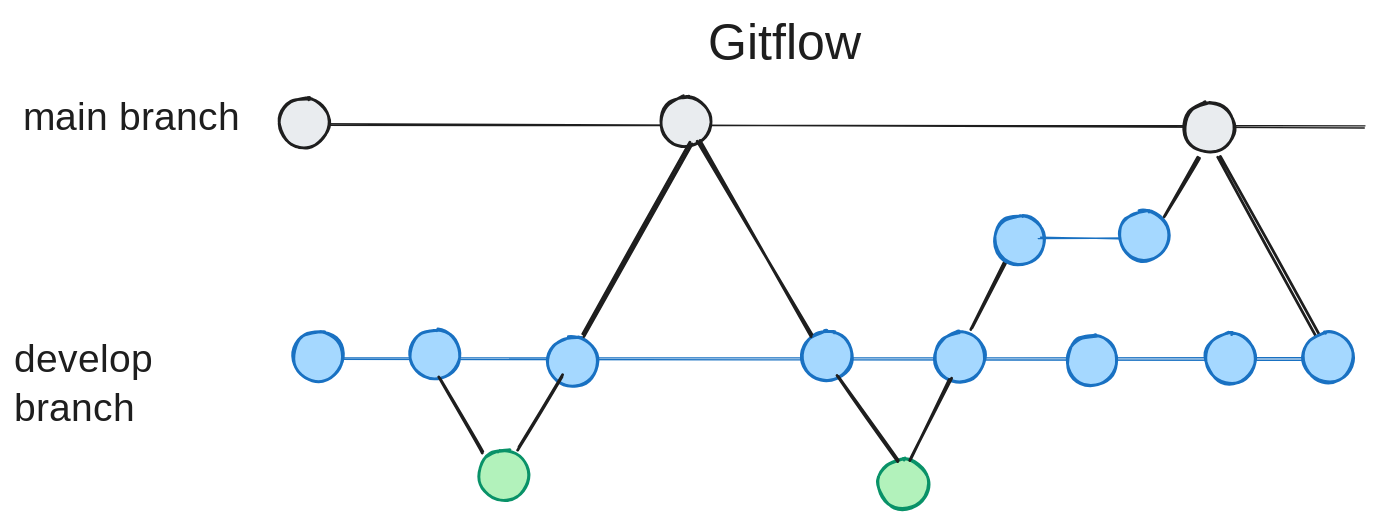
wislertt/example-zerv-flow keeps this Excalidraw diagram as docs/assets/branching-gitflow.excalidraw.svg. Above is the earlier version. Source tidied: one line per element, renumbered; positions are measured from the earlier drawing's top-left corner, leaving out a move shared by most shapes. Source of this version:
```json
{"id": 0, "type": "line", "strokeColor": "#1e1e1e", "strokeWidth": 1, "roughness": 1, "round": true, "x": 214, "y": 80, "width": 750, "height": 0, "points": [[0, 0], [750, 0]]}
{"id": 1, "type": "ellipse", "strokeColor": "#1e1e1e", "backgroundColor": "#e9ecef", "fillStyle": "solid", "strokeWidth": 2, "roughness": 1, "round": true, "x": 189, "y": 60, "width": 36, "height": 36}
{"id": 2, "type": "text", "text": "main branch", "strokeColor": "#1e1e1e", "strokeWidth": 2, "roughness": 1, "fontSize": 28, "fontFamily": 5, "x": 7, "y": 58, "width": 159, "height": 35}
{"id": 3, "type": "ellipse", "strokeColor": "#1e1e1e", "backgroundColor": "#e9ecef", "fillStyle": "solid", "strokeWidth": 2, "roughness": 1, "round": true, "x": 462, "y": 59, "width": 36, "height": 36}
{"id": 4, "type": "ellipse", "strokeColor": "#1e1e1e", "backgroundColor": "#e9ecef", "fillStyle": "solid", "strokeWidth": 2, "roughness": 1, "round": true, "x": 836, "y": 63, "width": 36, "height": 36}
{"id": 5, "type": "ellipse", "strokeColor": "#099268", "backgroundColor": "#b2f2bb", "fillStyle": "solid", "strokeWidth": 2, "roughness": 1, "round": true, "x": 332, "y": 311, "width": 36, "height": 36}
{"id": 6, "type": "line", "strokeColor": "#1971c2", "backgroundColor": "#a5d8ff", "fillStyle": "solid", "strokeWidth": 1, "roughness": 1, "round": true, "x": 223, "y": 247, "width": 700, "height": 0, "points": [[0, 0], [700, 0]]}
{"id": 7, "type": "ellipse", "strokeColor": "#1971c2", "backgroundColor": "#a5d8ff", "fillStyle": "solid", "strokeWidth": 2, "roughness": 1, "round": true, "x": 199, "y": 226, "width": 36, "height": 36}
{"id": 8, "type": "ellipse", "strokeColor": "#1971c2", "backgroundColor": "#a5d8ff", "fillStyle": "solid", "strokeWidth": 2, "roughness": 1, "round": true, "x": 283, "y": 225, "width": 36, "height": 36}
{"id": 9, "type": "ellipse", "strokeColor": "#1971c2", "backgroundColor": "#a5d8ff", "fillStyle": "solid", "strokeWidth": 2, "roughness": 1, "round": true, "x": 381, "y": 230, "width": 36, "height": 36}
{"id": 10, "type": "ellipse", "strokeColor": "#1971c2", "backgroundColor": "#a5d8ff", "fillStyle": "solid", "strokeWidth": 2, "roughness": 1, "round": true, "x": 563, "y": 226, "width": 36, "height": 36}
{"id": 11, "type": "ellipse", "strokeColor": "#1971c2", "backgroundColor": "#a5d8ff", "fillStyle": "solid", "strokeWidth": 2, "roughness": 1, "round": true, "x": 658, "y": 227, "width": 36, "height": 36}
{"id": 12, "type": "ellipse", "strokeColor": "#1971c2", "backgroundColor": "#a5d8ff", "fillStyle": "solid", "strokeWidth": 2, "roughness": 1, "round": true, "x": 752, "y": 229, "width": 36, "height": 36}
{"id": 13, "type": "ellipse", "strokeColor": "#1971c2", "backgroundColor": "#a5d8ff", "fillStyle": "solid", "strokeWidth": 2, "roughness": 1, "round": true, "x": 851, "y": 228, "width": 36, "height": 36}
{"id": 14, "type": "line", "strokeColor": "#1e1e1e", "backgroundColor": "#ffc9c9", "fillStyle": "solid", "strokeWidth": 2, "roughness": 1, "round": true, "x": 484, "y": 93, "width": 78, "height": 137, "points": [[0, 0], [-78, 137]]}
{"id": 15, "type": "line", "strokeColor": "#1e1e1e", "backgroundColor": "#ffc9c9", "fillStyle": "solid", "strokeWidth": 2, "roughness": 1, "round": true, "x": 488, "y": 90, "width": 81, "height": 139, "points": [[0, 0], [81, 139]]}
{"id": 16, "type": "ellipse", "strokeColor": "#099268", "backgroundColor": "#b2f2bb", "fillStyle": "solid", "strokeWidth": 2, "roughness": 1, "round": true, "x": 617, "y": 318, "width": 36, "height": 36}
{"id": 17, "type": "line", "strokeColor": "#1e1e1e", "backgroundColor": "#ffc9c9", "fillStyle": "solid", "strokeWidth": 2, "roughness": 1, "round": true, "x": 588, "y": 259, "width": 43, "height": 61, "points": [[0, 0], [43, 61]]}
{"id": 18, "type": "line", "strokeColor": "#1e1e1e", "backgroundColor": "#ffc9c9", "fillStyle": "solid", "strokeWidth": 2, "roughness": 1, "round": true, "x": 669, "y": 261, "width": 29, "height": 58, "points": [[0, 0], [-29, 58]]}
{"id": 19, "type": "line", "strokeColor": "#1e1e1e", "backgroundColor": "#ffc9c9", "fillStyle": "solid", "strokeWidth": 2, "roughness": 1, "round": true, "x": 713, "y": 167, "width": 29, "height": 58, "points": [[0, 0], [-29, 58]]}
{"id": 20, "type": "ellipse", "strokeColor": "#1971c2", "backgroundColor": "#a5d8ff", "fillStyle": "solid", "strokeWidth": 2, "roughness": 1, "round": true, "x": 700, "y": 143, "width": 36, "height": 36}
{"id": 21, "type": "line", "strokeColor": "#1971c2", "backgroundColor": "#a5d8ff", "fillStyle": "solid", "strokeWidth": 1, "roughness": 1, "round": true, "x": 733, "y": 160, "width": 80, "height": 0, "points": [[0, 0], [80, 0]]}
{"id": 22, "type": "ellipse", "strokeColor": "#1971c2", "backgroundColor": "#a5d8ff", "fillStyle": "solid", "strokeWidth": 2, "roughness": 1, "round": true, "x": 789, "y": 140, "width": 36, "height": 36}
{"id": 23, "type": "line", "strokeColor": "#1e1e1e", "backgroundColor": "#ffc9c9", "fillStyle": "solid", "strokeWidth": 2, "roughness": 1, "round": true, "x": 846, "y": 102, "width": 24, "height": 42, "points": [[0, 0], [-24, 42]]}
{"id": 24, "type": "line", "strokeColor": "#1e1e1e", "backgroundColor": "#ffc9c9", "fillStyle": "solid", "strokeWidth": 2, "roughness": 1, "round": true, "x": 360, "y": 310, "width": 31, "height": 52, "points": [[0, 0], [31, -52]]}
{"id": 25, "type": "line", "strokeColor": "#1e1e1e", "backgroundColor": "#ffc9c9", "fillStyle": "solid", "strokeWidth": 2, "roughness": 1, "round": true, "x": 303, "y": 260, "width": 31, "height": 53, "points": [[0, 0], [31, 53]]}
{"id": 26, "type": "line", "strokeColor": "#1e1e1e", "backgroundColor": "#ffc9c9", "fillStyle": "solid", "strokeWidth": 2, "roughness": 1, "round": true, "x": 860, "y": 101, "width": 71, "height": 129, "points": [[0, 0], [71, 129]]}
{"id": 27, "type": "ellipse", "strokeColor": "#1971c2", "backgroundColor": "#a5d8ff", "fillStyle": "solid", "strokeWidth": 2, "roughness": 1, "round": true, "x": 921, "y": 227, "width": 36, "height": 36}
{"id": 28, "type": "text", "text": "develop\nbranch", "strokeColor": "#1e1e1e", "strokeWidth": 2, "roughness": 1, "fontSize": 28, "fontFamily": 5, "x": 0, "y": 231, "width": 175, "height": 70}
{"id": 29, "type": "text", "text": "Gitflow", "strokeColor": "#1e1e1e", "strokeWidth": 2, "roughness": 1, "fontSize": 36, "fontFamily": 5, "textAlign": "center", "x": 442, "y": 0, "width": 217, "height": 45}
```
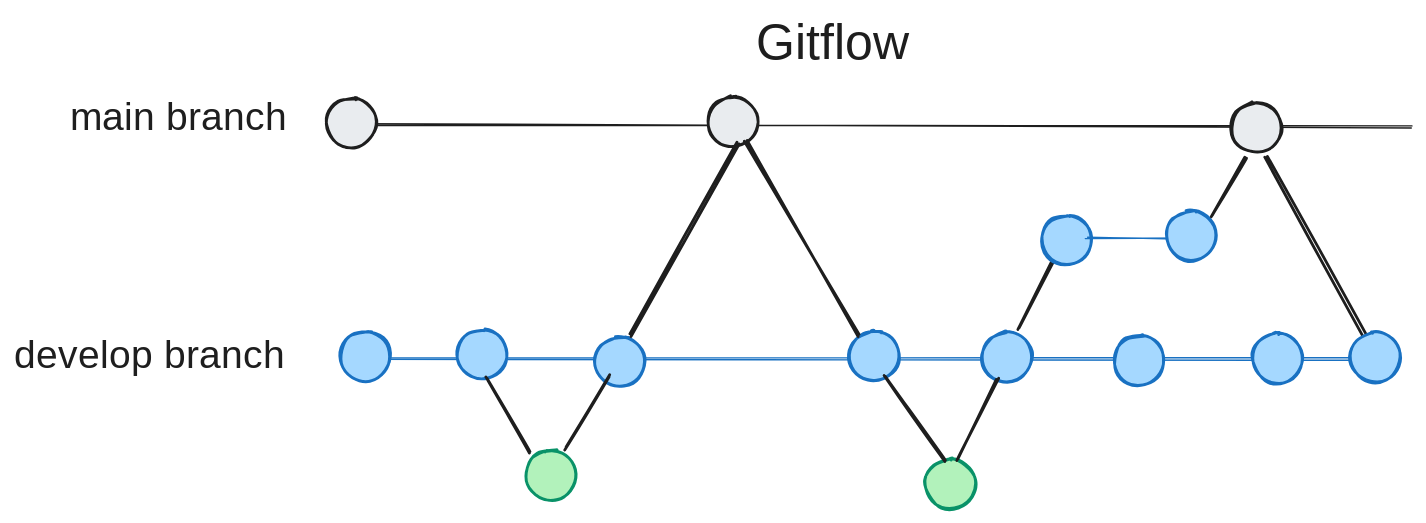
Later version of the same file.

The edit, as a diff of the source:
```diff
@@ -26,5 +26,5 @@
 {"id": 25, "type": "line", "strokeColor": "#1e1e1e", "backgroundColor": "#ffc9c9", "fillStyle": "solid", "strokeWidth": 2, "roughness": 1, "round": true, "x": 303, "y": 260, "width": 31, "height": 53, "points": [[0, 0], [31, 53]]}
 {"id": 26, "type": "line", "strokeColor": "#1e1e1e", "backgroundColor": "#ffc9c9", "fillStyle": "solid", "strokeWidth": 2, "roughness": 1, "round": true, "x": 860, "y": 101, "width": 71, "height": 129, "points": [[0, 0], [71, 129]]}
 {"id": 27, "type": "ellipse", "strokeColor": "#1971c2", "backgroundColor": "#a5d8ff", "fillStyle": "solid", "strokeWidth": 2, "roughness": 1, "round": true, "x": 921, "y": 227, "width": 36, "height": 36}
-{"id": 28, "type": "text", "text": "develop\nbranch", "strokeColor": "#1e1e1e", "strokeWidth": 2, "roughness": 1, "fontSize": 28, "fontFamily": 5, "x": 0, "y": 231, "width": 175, "height": 70}
+{"id": 28, "type": "text", "text": "develop branch", "strokeColor": "#1e1e1e", "strokeWidth": 2, "roughness": 1, "fontSize": 28, "fontFamily": 5, "x": -34, "y": 228, "width": 215, "height": 35}
 {"id": 29, "type": "text", "text": "Gitflow", "strokeColor": "#1e1e1e", "strokeWidth": 2, "roughness": 1, "fontSize": 36, "fontFamily": 5, "textAlign": "center", "x": 442, "y": 0, "width": 217, "height": 45}
```
